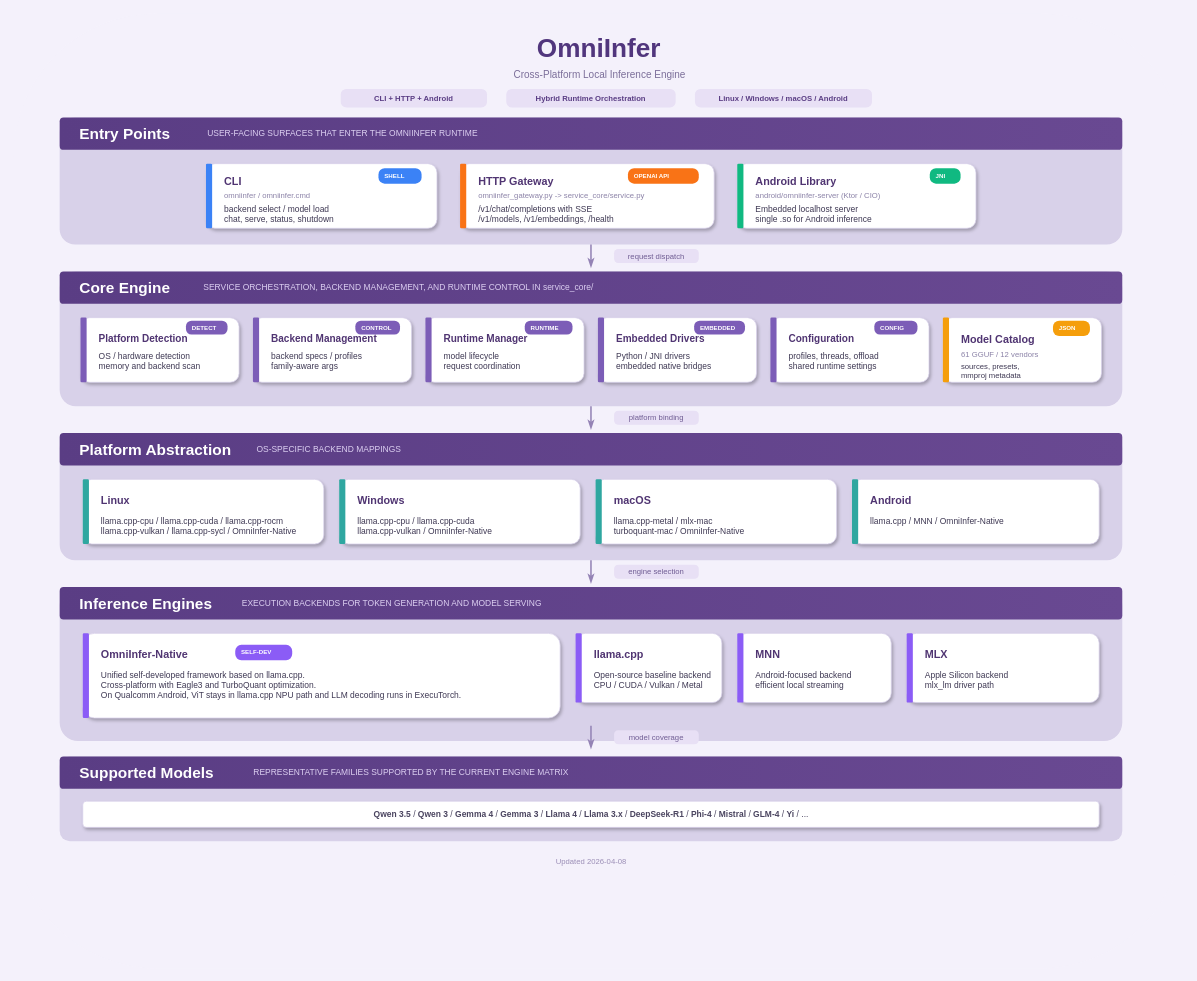
omnimind-ai/OmniInfer keeps this draw.io diagram as docs/architecture.drawio. Above is the earlier version. Source tidied: cells renumbered, new cells numbered last; positions are measured from the earlier drawing's top-left corner, leaving out a move shared by most shapes. Both pictures are drawn from the tidied source at 77%, with x=0, y=0 at pixel (13, 13).
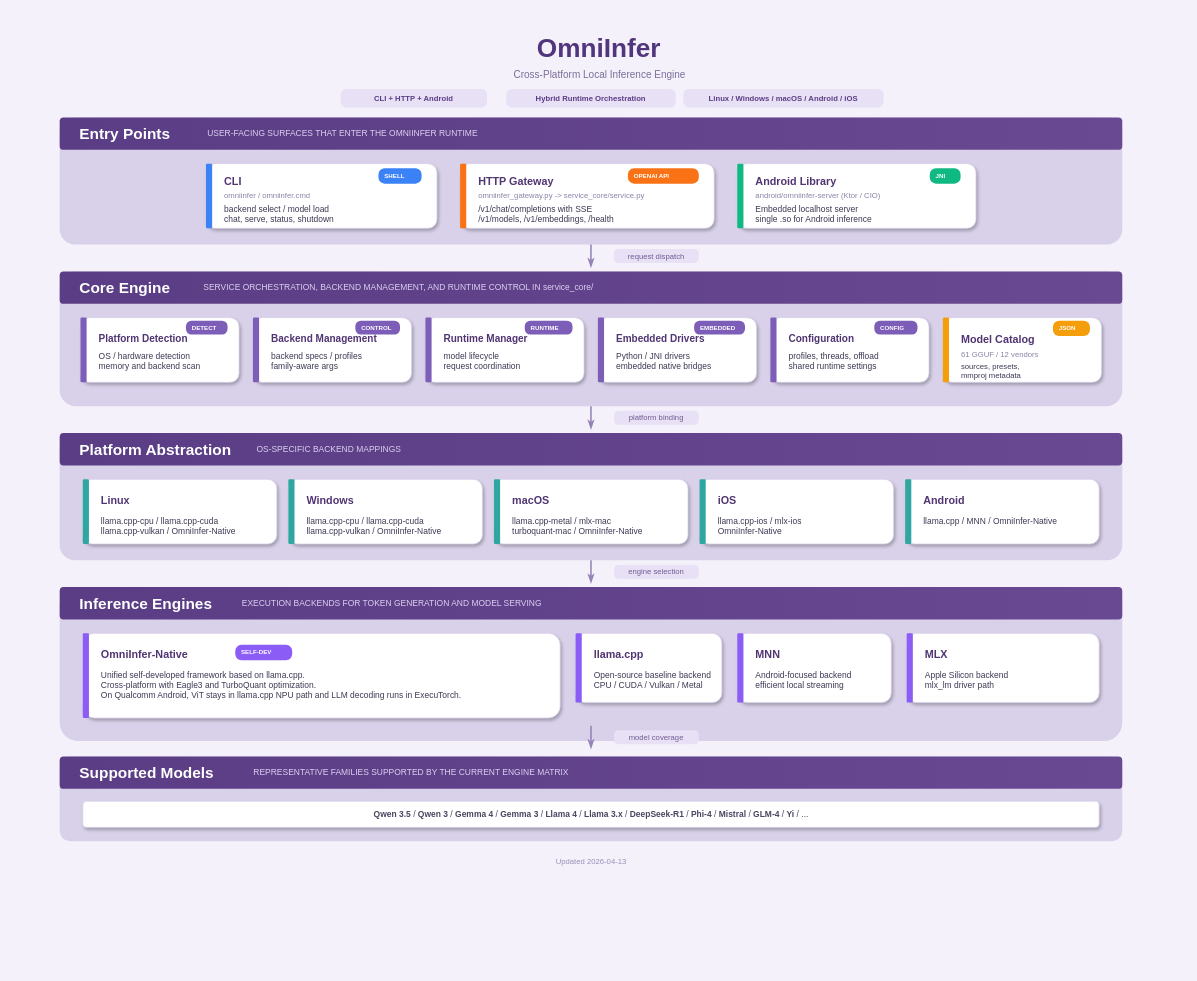
After the change.

Commit message (it also covers changes not shown here):
docs: update architecture diagram for iOS backend support

Change to the diagram source:
```diff
@@
-    <mxCell id="7" value="Linux / Windows / macOS / Android" style="rounded=1;whiteSpace=wrap;html=1;fillColor=#E8E0F5;strokeColor=none;arcSize=30;fontSize=10;fontStyle=1;fontColor=#5A3D84;align=center;verticalAlign=middle;spacingLeft=8;spacingRight=8;" parent="1" vertex="1">
-      <mxGeometry x="885" y="98" width="230" height="24" as="geometry" />
+    <mxCell id="7" value="Linux / Windows / macOS / Android / iOS" style="rounded=1;whiteSpace=wrap;html=1;fillColor=#E8E0F5;strokeColor=none;arcSize=30;fontSize=10;fontStyle=1;fontColor=#5A3D84;align=center;verticalAlign=middle;spacingLeft=8;spacingRight=8;" parent="1" vertex="1">
+      <mxGeometry x="870" y="98" width="260" height="24" as="geometry" />
     </mxCell>
@@
     <mxCell id="73" style="rounded=1;whiteSpace=wrap;html=1;fillColor=#FFFFFF;strokeColor=#D9D0EB;strokeWidth=1;shadow=1;arcSize=14;" parent="1" vertex="1">
-      <mxGeometry x="90" y="605" width="313" height="84" as="geometry" />
+      <mxGeometry x="90" y="605" width="252" height="84" as="geometry" />
     </mxCell>
@@
-    <mxCell id="76" value="llama.cpp-cpu / llama.cpp-cuda / llama.cpp-rocm&lt;br&gt;llama.cpp-vulkan / llama.cpp-sycl / OmniInfer-Native" style="text;html=1;align=left;verticalAlign=top;fontSize=11;fontColor=#3E3853;" parent="1" vertex="1">
-      <mxGeometry x="112" y="646" width="275" height="30" as="geometry" />
+    <mxCell id="76" value="llama.cpp-cpu / llama.cpp-cuda&lt;br&gt;llama.cpp-vulkan / OmniInfer-Native" style="text;html=1;align=left;verticalAlign=top;fontSize=11;fontColor=#3E3853;" parent="1" vertex="1">
+      <mxGeometry x="112" y="646" width="210" height="30" as="geometry" />
     </mxCell>
     <mxCell id="77" style="rounded=1;whiteSpace=wrap;html=1;fillColor=#FFFFFF;strokeColor=#D9D0EB;strokeWidth=1;shadow=1;arcSize=14;" parent="1" vertex="1">
-      <mxGeometry x="423" y="605" width="313" height="84" as="geometry" />
+      <mxGeometry x="357" y="605" width="252" height="84" as="geometry" />
     </mxCell>
     <mxCell id="78" style="rounded=1;whiteSpace=wrap;html=1;fillColor=#2FA7A0;strokeColor=none;arcSize=20;" parent="1" vertex="1">
-      <mxGeometry x="423" y="605" width="8" height="84" as="geometry" />
+      <mxGeometry x="357" y="605" width="8" height="84" as="geometry" />
     </mxCell>
     <mxCell id="79" value="&lt;b&gt;Windows&lt;/b&gt;" style="text;html=1;align=left;verticalAlign=top;fontSize=14;fontColor=#503572;" parent="1" vertex="1">
-      <mxGeometry x="445" y="618" width="90" height="20" as="geometry" />
+      <mxGeometry x="379" y="618" width="90" height="20" as="geometry" />
     </mxCell>
     <mxCell id="80" value="llama.cpp-cpu / llama.cpp-cuda&lt;br&gt;llama.cpp-vulkan / OmniInfer-Native" style="text;html=1;align=left;verticalAlign=top;fontSize=11;fontColor=#3E3853;" parent="1" vertex="1">
-      <mxGeometry x="445" y="646" width="250" height="30" as="geometry" />
+      <mxGeometry x="379" y="646" width="210" height="30" as="geometry" />
     </mxCell>
     <mxCell id="81" style="rounded=1;whiteSpace=wrap;html=1;fillColor=#FFFFFF;strokeColor=#D9D0EB;strokeWidth=1;shadow=1;arcSize=14;" parent="1" vertex="1">
-      <mxGeometry x="756" y="605" width="313" height="84" as="geometry" />
+      <mxGeometry x="624" y="605" width="252" height="84" as="geometry" />
     </mxCell>
     <mxCell id="82" style="rounded=1;whiteSpace=wrap;html=1;fillColor=#2FA7A0;strokeColor=none;arcSize=20;" parent="1" vertex="1">
-      <mxGeometry x="756" y="605" width="8" height="84" as="geometry" />
+      <mxGeometry x="624" y="605" width="8" height="84" as="geometry" />
     </mxCell>
     <mxCell id="83" value="&lt;b&gt;macOS&lt;/b&gt;" style="text;html=1;align=left;verticalAlign=top;fontSize=14;fontColor=#503572;" parent="1" vertex="1">
-      <mxGeometry x="778" y="618" width="80" height="20" as="geometry" />
+      <mxGeometry x="646" y="618" width="80" height="20" as="geometry" />
     </mxCell>
     <mxCell id="84" value="llama.cpp-metal / mlx-mac&lt;br&gt;turboquant-mac / OmniInfer-Native" style="text;html=1;align=left;verticalAlign=top;fontSize=11;fontColor=#3E3853;" parent="1" vertex="1">
-      <mxGeometry x="778" y="646" width="250" height="30" as="geometry" />
+      <mxGeometry x="646" y="646" width="210" height="30" as="geometry" />
     </mxCell>
+    <mxCell id="121" style="rounded=1;whiteSpace=wrap;html=1;fillColor=#FFFFFF;strokeColor=#D9D0EB;strokeWidth=1;shadow=1;arcSize=14;" parent="1" vertex="1">
+      <mxGeometry x="891" y="605" width="252" height="84" as="geometry" />
+    </mxCell>
+    <mxCell id="122" style="rounded=1;whiteSpace=wrap;html=1;fillColor=#2FA7A0;strokeColor=none;arcSize=20;" parent="1" vertex="1">
+      <mxGeometry x="891" y="605" width="8" height="84" as="geometry" />
+    </mxCell>
+    <mxCell id="123" value="&lt;b&gt;iOS&lt;/b&gt;" style="text;html=1;align=left;verticalAlign=top;fontSize=14;fontColor=#503572;" parent="1" vertex="1">
+      <mxGeometry x="913" y="618" width="70" height="20" as="geometry" />
+    </mxCell>
+    <mxCell id="124" value="llama.cpp-ios / mlx-ios&lt;br&gt;OmniInfer-Native" style="text;html=1;align=left;verticalAlign=top;fontSize=11;fontColor=#3E3853;" parent="1" vertex="1">
+      <mxGeometry x="913" y="646" width="210" height="30" as="geometry" />
+    </mxCell>
     <mxCell id="85" style="rounded=1;whiteSpace=wrap;html=1;fillColor=#FFFFFF;strokeColor=#D9D0EB;strokeWidth=1;shadow=1;arcSize=14;" parent="1" vertex="1">
-      <mxGeometry x="1089" y="605" width="321" height="84" as="geometry" />
+      <mxGeometry x="1158" y="605" width="252" height="84" as="geometry" />
     </mxCell>
     <mxCell id="86" style="rounded=1;whiteSpace=wrap;html=1;fillColor=#2FA7A0;strokeColor=none;arcSize=20;" parent="1" vertex="1">
-      <mxGeometry x="1089" y="605" width="8" height="84" as="geometry" />
+      <mxGeometry x="1158" y="605" width="8" height="84" as="geometry" />
     </mxCell>
     <mxCell id="87" value="&lt;b&gt;Android&lt;/b&gt;" style="text;html=1;align=left;verticalAlign=top;fontSize=14;fontColor=#503572;" parent="1" vertex="1">
-      <mxGeometry x="1111" y="618" width="90" height="20" as="geometry" />
+      <mxGeometry x="1180" y="618" width="90" height="20" as="geometry" />
     </mxCell>
     <mxCell id="88" value="llama.cpp / MNN / OmniInfer-Native" style="text;html=1;align=left;verticalAlign=top;fontSize=11;fontColor=#3E3853;" parent="1" vertex="1">
-      <mxGeometry x="1111" y="646" width="260" height="18" as="geometry" />
+      <mxGeometry x="1180" y="646" width="210" height="18" as="geometry" />
     </mxCell>
@@
-    <mxCell id="120" value="Updated 2026-04-08" style="text;html=1;align=center;verticalAlign=middle;strokeColor=none;fillColor=none;fontSize=10;fontColor=#9B8EB6;" parent="1" vertex="1">
+    <mxCell id="120" value="Updated 2026-04-13" style="text;html=1;align=center;verticalAlign=middle;strokeColor=none;fillColor=none;fontSize=10;fontColor=#9B8EB6;" parent="1" vertex="1">
       <mxGeometry x="680" y="1092" width="140" height="18" as="geometry" />
     </mxCell>
```
